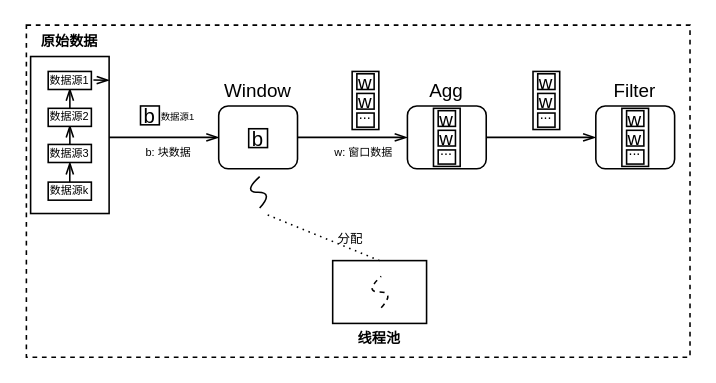
This is 未命名绘图.drawio from LLThomas/LLThomas, a draw.io file, before an edit. Source tidied: cells renumbered, new cells numbered last; positions are measured from the earlier drawing's top-left corner, leaving out a move shared by most shapes. Both pictures are drawn from the tidied source at 157%, with x=0, y=0 at pixel (25, 24).
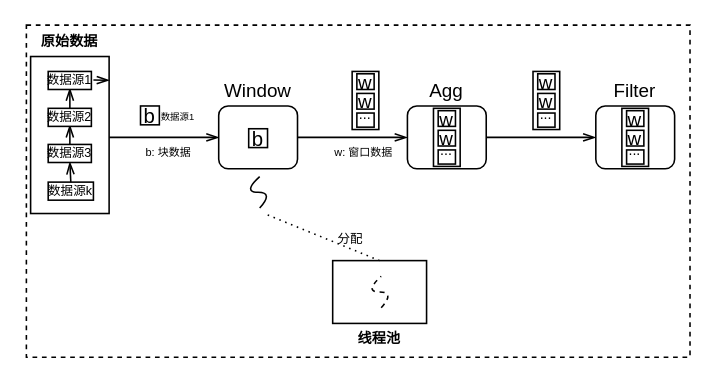
Above is the later version.

Commit message:
更新未命名绘图.drawio

Diff of the diagram source:
```diff
@@
-    <mxCell id="4" value="数据源k" style="rounded=0;fontSize=7;strokeWidth=1;" parent="1" vertex="1">
-      <mxGeometry x="14.2" y="100.5" width="27.5" height="11.5" as="geometry" />
+    <mxCell id="4" value="数据源k" style="rounded=0;fontSize=8;strokeWidth=1;" parent="1" vertex="1">
+      <mxGeometry x="14.2" y="100.5" width="28.8" height="11.5" as="geometry" />
     </mxCell>
@@
-    <mxCell id="33" value="数据源3" style="rounded=0;fontSize=7;strokeWidth=1;" parent="1" vertex="1">
+    <mxCell id="33" value="数据源3" style="rounded=0;fontSize=8;strokeWidth=1;" parent="1" vertex="1">
       <mxGeometry x="14.2" y="76.5" width="27.5" height="11.5" as="geometry" />
     </mxCell>
-    <mxCell id="34" value="数据源2" style="rounded=0;fontSize=7;strokeWidth=1;" parent="1" vertex="1">
+    <mxCell id="34" value="数据源2" style="rounded=0;fontSize=8;strokeWidth=1;" parent="1" vertex="1">
       <mxGeometry x="14.2" y="53.5" width="27.5" height="11.5" as="geometry" />
     </mxCell>
-    <mxCell id="35" value="数据源1" style="rounded=0;fontSize=7;strokeWidth=1;" parent="1" vertex="1">
+    <mxCell id="35" value="数据源1" style="rounded=0;fontSize=8;strokeWidth=1;" parent="1" vertex="1">
       <mxGeometry x="14.2" y="30" width="27.5" height="11.5" as="geometry" />
     </mxCell>
```
